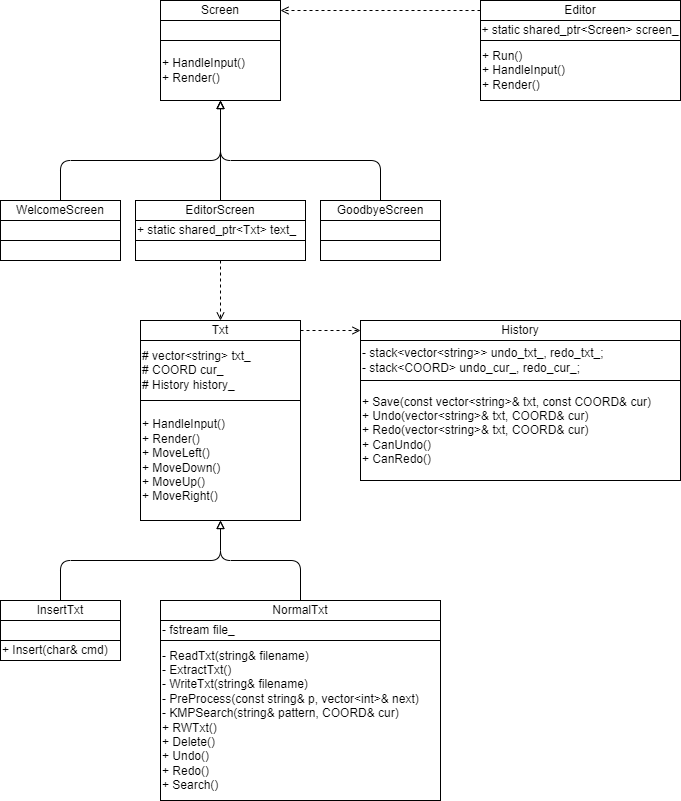
Earlier version of the draw.io export assets/UML.png (lyj-fdu/FDVIM). Source tidied: cells renumbered, new cells last; positions are measured from the earlier drawing's top-left corner, leaving out a move shared by most shapes.
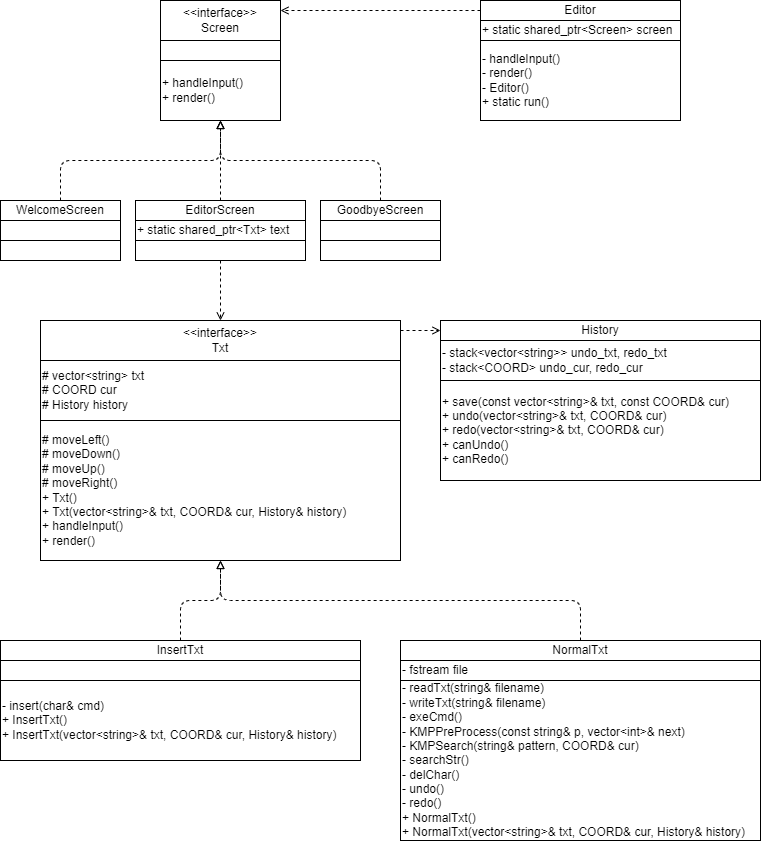
The same file after the commit.

Change to the diagram source:
```diff
@@ -2,13 +2,13 @@
   <root>
     <mxCell id="0" />
     <mxCell id="1" parent="0" />
-    <mxCell id="2" value="Screen" style="rounded=0;whiteSpace=wrap;html=1;" parent="1" vertex="1">
-      <mxGeometry x="160" width="120" height="20" as="geometry" />
+    <mxCell id="2" value="&amp;lt;&amp;lt;interface&amp;gt;&amp;gt;&lt;br&gt;Screen" style="rounded=0;whiteSpace=wrap;html=1;" parent="1" vertex="1">
+      <mxGeometry x="160" width="120" height="40" as="geometry" />
     </mxCell>
-    <mxCell id="3" value="&lt;div style=&quot;&quot;&gt;&lt;span style=&quot;background-color: initial;&quot;&gt;+ HandleInput()&lt;/span&gt;&lt;/div&gt;&lt;div style=&quot;&quot;&gt;&lt;span style=&quot;background-color: initial;&quot;&gt;+ Render()&lt;/span&gt;&lt;/div&gt;" style="rounded=0;whiteSpace=wrap;html=1;align=left;" parent="1" vertex="1">
-      <mxGeometry x="160" y="40" width="120" height="60" as="geometry" />
+    <mxCell id="3" value="&lt;div style=&quot;&quot;&gt;&lt;span style=&quot;background-color: initial;&quot;&gt;+ handleInput()&lt;/span&gt;&lt;/div&gt;&lt;div style=&quot;&quot;&gt;&lt;span style=&quot;background-color: initial;&quot;&gt;+ render()&lt;/span&gt;&lt;/div&gt;" style="rounded=0;whiteSpace=wrap;html=1;align=left;" parent="1" vertex="1">
+      <mxGeometry x="160" y="60" width="120" height="60" as="geometry" />
     </mxCell>
-    <mxCell id="4" style="edgeStyle=none;html=1;exitX=0.5;exitY=0;exitDx=0;exitDy=0;entryX=0.5;entryY=1;entryDx=0;entryDy=0;endArrow=block;endFill=0;" parent="1" edge="1" source="5" target="3">
+    <mxCell id="4" style="edgeStyle=none;html=1;exitX=0.5;exitY=0;exitDx=0;exitDy=0;entryX=0.5;entryY=1;entryDx=0;entryDy=0;endArrow=block;endFill=0;dashed=1;" parent="1" edge="1" source="5" target="3">
       <mxGeometry relative="1" as="geometry">
         <Array as="points">
           <mxPoint x="60" y="160" />
@@ -19,13 +19,13 @@
     <mxCell id="5" value="WelcomeScreen" style="rounded=0;whiteSpace=wrap;html=1;" parent="1" vertex="1">
       <mxGeometry y="200" width="120" height="20" as="geometry" />
     </mxCell>
-    <mxCell id="6" style="edgeStyle=none;html=1;exitX=0.5;exitY=0;exitDx=0;exitDy=0;endArrow=block;endFill=0;entryX=0.5;entryY=1;entryDx=0;entryDy=0;" parent="1" edge="1" source="7" target="3">
+    <mxCell id="6" style="edgeStyle=none;html=1;exitX=0.5;exitY=0;exitDx=0;exitDy=0;endArrow=block;endFill=0;entryX=0.5;entryY=1;entryDx=0;entryDy=0;dashed=1;" parent="1" edge="1" source="7" target="3">
       <mxGeometry relative="1" as="geometry" />
     </mxCell>
     <mxCell id="7" value="EditorScreen" style="rounded=0;whiteSpace=wrap;html=1;" parent="1" vertex="1">
       <mxGeometry x="135" y="200" width="170" height="20" as="geometry" />
     </mxCell>
-    <mxCell id="8" style="edgeStyle=none;html=1;exitX=0.5;exitY=0;exitDx=0;exitDy=0;entryX=0.5;entryY=1;entryDx=0;entryDy=0;endArrow=block;endFill=0;" parent="1" edge="1" source="9" target="3">
+    <mxCell id="8" style="edgeStyle=none;html=1;exitX=0.5;exitY=0;exitDx=0;exitDy=0;entryX=0.5;entryY=1;entryDx=0;entryDy=0;endArrow=block;endFill=0;dashed=1;" parent="1" edge="1" source="9" target="3">
       <mxGeometry relative="1" as="geometry">
         <Array as="points">
           <mxPoint x="380" y="160" />
@@ -39,23 +39,23 @@
     <mxCell id="10" value="Editor" style="rounded=0;whiteSpace=wrap;html=1;" parent="1" vertex="1">
       <mxGeometry x="480" width="200" height="20" as="geometry" />
     </mxCell>
-    <mxCell id="11" style="edgeStyle=none;html=1;exitX=0;exitY=0.5;exitDx=0;exitDy=0;entryX=1;entryY=0.5;entryDx=0;entryDy=0;endArrow=open;endFill=0;dashed=1;" parent="1" edge="1" source="10" target="2">
+    <mxCell id="11" style="edgeStyle=none;html=1;exitX=0;exitY=0.5;exitDx=0;exitDy=0;entryX=1;entryY=0.25;entryDx=0;entryDy=0;endArrow=open;endFill=0;dashed=1;" parent="1" edge="1" source="10" target="2">
       <mxGeometry relative="1" as="geometry" />
     </mxCell>
-    <mxCell id="12" value="&lt;div style=&quot;&quot;&gt;&lt;span style=&quot;background-color: initial;&quot;&gt;+ Run()&lt;/span&gt;&lt;/div&gt;&lt;div style=&quot;&quot;&gt;&lt;span style=&quot;background-color: initial;&quot;&gt;+ HandleInput()&lt;/span&gt;&lt;/div&gt;&lt;div style=&quot;&quot;&gt;&lt;span style=&quot;background-color: initial;&quot;&gt;+ Render()&lt;/span&gt;&lt;/div&gt;" style="rounded=0;whiteSpace=wrap;html=1;align=left;" parent="1" vertex="1">
-      <mxGeometry x="480" y="40" width="200" height="60" as="geometry" />
+    <mxCell id="12" value="&lt;div&gt;&lt;span style=&quot;background-color: initial;&quot;&gt;- handleInput()&lt;/span&gt;&lt;br&gt;&lt;/div&gt;&lt;div style=&quot;&quot;&gt;&lt;span style=&quot;background-color: initial;&quot;&gt;- render()&lt;/span&gt;&lt;/div&gt;&lt;div style=&quot;&quot;&gt;- Editor()&lt;span style=&quot;background-color: initial;&quot;&gt;&lt;br&gt;&lt;/span&gt;&lt;/div&gt;&lt;div style=&quot;&quot;&gt;&lt;span style=&quot;background-color: initial;&quot;&gt;+ static run()&lt;/span&gt;&lt;/div&gt;" style="rounded=0;whiteSpace=wrap;html=1;align=left;" parent="1" vertex="1">
+      <mxGeometry x="480" y="40" width="200" height="80" as="geometry" />
     </mxCell>
-    <mxCell id="13" value="+ static shared_ptr&amp;lt;Screen&amp;gt; screen_" style="rounded=0;whiteSpace=wrap;html=1;" parent="1" vertex="1">
+    <mxCell id="13" value="+ static shared_ptr&amp;lt;Screen&amp;gt; screen" style="rounded=0;whiteSpace=wrap;html=1;align=left;" parent="1" vertex="1">
       <mxGeometry x="480" y="20" width="200" height="20" as="geometry" />
     </mxCell>
     <mxCell id="14" style="rounded=0;whiteSpace=wrap;html=1;" parent="1" vertex="1">
       <mxGeometry y="220" width="120" height="20" as="geometry" />
     </mxCell>
-    <mxCell id="15" value="+ static shared_ptr&amp;lt;Txt&amp;gt; text_" style="rounded=0;whiteSpace=wrap;html=1;align=left;" parent="1" vertex="1">
+    <mxCell id="15" value="+ static shared_ptr&amp;lt;Txt&amp;gt; text" style="rounded=0;whiteSpace=wrap;html=1;align=left;" parent="1" vertex="1">
       <mxGeometry x="135" y="220" width="170" height="20" as="geometry" />
     </mxCell>
     <mxCell id="16" style="rounded=0;whiteSpace=wrap;html=1;" parent="1" vertex="1">
-      <mxGeometry x="160" y="20" width="120" height="20" as="geometry" />
+      <mxGeometry x="160" y="40" width="120" height="20" as="geometry" />
     </mxCell>
     <mxCell id="17" style="rounded=0;whiteSpace=wrap;html=1;" parent="1" vertex="1">
       <mxGeometry y="240" width="120" height="20" as="geometry" />
@@ -69,63 +69,63 @@
     <mxCell id="20" style="edgeStyle=none;html=1;exitX=0.5;exitY=1;exitDx=0;exitDy=0;entryX=0.5;entryY=0;entryDx=0;entryDy=0;dashed=1;endArrow=open;endFill=0;" parent="1" edge="1" source="21" target="26">
       <mxGeometry relative="1" as="geometry" />
     </mxCell>
-    <mxCell id="21" style="rounded=0;whiteSpace=wrap;html=1;" parent="1" vertex="1">
+    <mxCell id="21" style="rounded=0;whiteSpace=wrap;html=1;align=left;" parent="1" vertex="1">
       <mxGeometry x="135" y="240" width="170" height="20" as="geometry" />
     </mxCell>
     <mxCell id="22" value="History" style="rounded=0;whiteSpace=wrap;html=1;" parent="1" vertex="1">
-      <mxGeometry x="360" y="320" width="320" height="20" as="geometry" />
+      <mxGeometry x="440" y="320" width="320" height="20" as="geometry" />
     </mxCell>
-    <mxCell id="23" value="&lt;div style=&quot;&quot;&gt;&lt;div&gt;+ Save(const vector&amp;lt;string&amp;gt;&amp;amp; txt, const COORD&amp;amp; cur)&lt;/div&gt;&lt;div&gt;+ Undo(vector&amp;lt;string&amp;gt;&amp;amp; txt, COORD&amp;amp; cur)&lt;/div&gt;&lt;div&gt;+ Redo(vector&amp;lt;string&amp;gt;&amp;amp; txt, COORD&amp;amp; cur)&lt;/div&gt;&lt;div&gt;+ CanUndo()&lt;/div&gt;&lt;div&gt;+ CanRedo()&lt;/div&gt;&lt;/div&gt;" style="rounded=0;whiteSpace=wrap;html=1;align=left;" parent="1" vertex="1">
-      <mxGeometry x="360" y="380" width="320" height="100" as="geometry" />
+    <mxCell id="23" value="&lt;div style=&quot;&quot;&gt;&lt;div&gt;+ save(const vector&amp;lt;string&amp;gt;&amp;amp; txt, const COORD&amp;amp; cur)&lt;/div&gt;&lt;div&gt;+ undo(vector&amp;lt;string&amp;gt;&amp;amp; txt, COORD&amp;amp; cur)&lt;/div&gt;&lt;div&gt;+ redo(vector&amp;lt;string&amp;gt;&amp;amp; txt, COORD&amp;amp; cur)&lt;/div&gt;&lt;div&gt;+ canUndo()&lt;/div&gt;&lt;div&gt;+ canRedo()&lt;/div&gt;&lt;/div&gt;" style="rounded=0;whiteSpace=wrap;html=1;align=left;" parent="1" vertex="1">
+      <mxGeometry x="440" y="380" width="320" height="100" as="geometry" />
     </mxCell>
-    <mxCell id="24" value="&lt;div&gt;- stack&amp;lt;vector&amp;lt;string&amp;gt;&amp;gt; undo_txt_, redo_txt_;&amp;nbsp;&lt;/div&gt;&lt;div&gt;- stack&amp;lt;COORD&amp;gt; undo_cur_, redo_cur_;&lt;/div&gt;" style="rounded=0;whiteSpace=wrap;html=1;align=left;" parent="1" vertex="1">
-      <mxGeometry x="360" y="340" width="320" height="40" as="geometry" />
+    <mxCell id="24" value="&lt;div&gt;- stack&amp;lt;vector&amp;lt;string&amp;gt;&amp;gt; undo_txt, redo_txt&amp;nbsp;&lt;/div&gt;&lt;div&gt;- stack&amp;lt;COORD&amp;gt; undo_cur, redo_cur&lt;/div&gt;" style="rounded=0;whiteSpace=wrap;html=1;align=left;" parent="1" vertex="1">
+      <mxGeometry x="440" y="340" width="320" height="40" as="geometry" />
     </mxCell>
-    <mxCell id="25" style="edgeStyle=none;html=1;exitX=1;exitY=0.5;exitDx=0;exitDy=0;entryX=0;entryY=0.5;entryDx=0;entryDy=0;dashed=1;endArrow=open;endFill=0;" parent="1" edge="1" source="26" target="22">
+    <mxCell id="25" style="edgeStyle=none;html=1;exitX=1;exitY=0.25;exitDx=0;exitDy=0;entryX=0;entryY=0.5;entryDx=0;entryDy=0;dashed=1;endArrow=open;endFill=0;" parent="1" edge="1" source="26" target="22">
       <mxGeometry relative="1" as="geometry" />
     </mxCell>
-    <mxCell id="26" value="Txt" style="rounded=0;whiteSpace=wrap;html=1;" parent="1" vertex="1">
-      <mxGeometry x="140" y="320" width="160" height="20" as="geometry" />
+    <mxCell id="26" value="&amp;lt;&amp;lt;interface&amp;gt;&amp;gt;&lt;br&gt;Txt" style="rounded=0;whiteSpace=wrap;html=1;" parent="1" vertex="1">
+      <mxGeometry x="40" y="320" width="360" height="40" as="geometry" />
     </mxCell>
-    <mxCell id="27" value="&lt;div style=&quot;&quot;&gt;&lt;div&gt;+ HandleInput()&lt;/div&gt;&lt;div&gt;+ Render()&lt;/div&gt;&lt;div&gt;+ MoveLeft()&lt;/div&gt;&lt;div&gt;+ MoveDown()&lt;/div&gt;&lt;div&gt;+ MoveUp()&lt;/div&gt;&lt;div&gt;+ MoveRight()&lt;/div&gt;&lt;/div&gt;" style="rounded=0;whiteSpace=wrap;html=1;align=left;" parent="1" vertex="1">
-      <mxGeometry x="140" y="400" width="160" height="120" as="geometry" />
+    <mxCell id="27" value="&lt;div style=&quot;&quot;&gt;&lt;div&gt;&lt;div&gt;# moveLeft()&lt;/div&gt;&lt;div&gt;# moveDown()&lt;/div&gt;&lt;div&gt;# moveUp()&lt;/div&gt;&lt;div&gt;# moveRight()&lt;/div&gt;&lt;/div&gt;&lt;div&gt;+ Txt()&lt;/div&gt;&lt;div&gt;&lt;div&gt;+ Txt(vector&amp;lt;string&amp;gt;&amp;amp; txt, COORD&amp;amp; cur, History&amp;amp; history)&lt;/div&gt;&lt;/div&gt;&lt;div&gt;+ handleInput()&lt;/div&gt;&lt;div&gt;+ render()&lt;/div&gt;&lt;/div&gt;" style="rounded=0;whiteSpace=wrap;html=1;align=left;" parent="1" vertex="1">
+      <mxGeometry x="40" y="420" width="360" height="140" as="geometry" />
     </mxCell>
-    <mxCell id="28" value="&lt;div&gt;# vector&amp;lt;string&amp;gt; txt_&lt;/div&gt;&lt;div&gt;# COORD cur_&lt;/div&gt;&lt;div&gt;# History history_&lt;/div&gt;" style="rounded=0;whiteSpace=wrap;html=1;align=left;" parent="1" vertex="1">
-      <mxGeometry x="140" y="340" width="160" height="60" as="geometry" />
+    <mxCell id="28" value="&lt;div&gt;# vector&amp;lt;string&amp;gt; txt&lt;/div&gt;&lt;div&gt;# COORD cur&lt;/div&gt;&lt;div&gt;# History history&lt;/div&gt;" style="rounded=0;whiteSpace=wrap;html=1;align=left;" parent="1" vertex="1">
+      <mxGeometry x="40" y="360" width="360" height="60" as="geometry" />
     </mxCell>
-    <mxCell id="29" style="edgeStyle=none;html=1;exitX=0.5;exitY=0;exitDx=0;exitDy=0;entryX=0.5;entryY=1;entryDx=0;entryDy=0;endArrow=block;endFill=0;" parent="1" edge="1" source="30" target="27">
+    <mxCell id="29" style="edgeStyle=none;html=1;exitX=0.5;exitY=0;exitDx=0;exitDy=0;entryX=0.5;entryY=1;entryDx=0;entryDy=0;endArrow=block;endFill=0;dashed=1;" parent="1" edge="1" source="30" target="27">
       <mxGeometry relative="1" as="geometry">
         <Array as="points">
-          <mxPoint x="60" y="560" />
-          <mxPoint x="220" y="560" />
+          <mxPoint x="180" y="600" />
+          <mxPoint x="220" y="600" />
         </Array>
       </mxGeometry>
     </mxCell>
     <mxCell id="30" value="InsertTxt" style="rounded=0;whiteSpace=wrap;html=1;" parent="1" vertex="1">
-      <mxGeometry y="600" width="120" height="20" as="geometry" />
+      <mxGeometry y="640" width="360" height="20" as="geometry" />
     </mxCell>
     <mxCell id="31" style="rounded=0;whiteSpace=wrap;html=1;" parent="1" vertex="1">
-      <mxGeometry y="620" width="120" height="20" as="geometry" />
+      <mxGeometry y="660" width="360" height="20" as="geometry" />
     </mxCell>
-    <mxCell id="32" value="+ Insert(char&amp;amp; cmd)" style="rounded=0;whiteSpace=wrap;html=1;align=left;" parent="1" vertex="1">
-      <mxGeometry y="640" width="120" height="20" as="geometry" />
+    <mxCell id="32" value="- insert(char&amp;amp; cmd)&lt;br&gt;+ InsertTxt()&lt;br&gt;+ InsertTxt(vector&amp;lt;string&amp;gt;&amp;amp; txt, COORD&amp;amp; cur, History&amp;amp; history)" style="rounded=0;whiteSpace=wrap;html=1;align=left;" parent="1" vertex="1">
+      <mxGeometry y="680" width="360" height="80" as="geometry" />
     </mxCell>
-    <mxCell id="33" style="edgeStyle=none;html=1;exitX=0.5;exitY=0;exitDx=0;exitDy=0;entryX=0.5;entryY=1;entryDx=0;entryDy=0;endArrow=block;endFill=0;" parent="1" edge="1" source="34" target="27">
+    <mxCell id="33" style="edgeStyle=none;html=1;exitX=0.5;exitY=0;exitDx=0;exitDy=0;entryX=0.5;entryY=1;entryDx=0;entryDy=0;endArrow=block;endFill=0;dashed=1;" parent="1" edge="1" source="34" target="27">
       <mxGeometry relative="1" as="geometry">
         <Array as="points">
-          <mxPoint x="300" y="560" />
-          <mxPoint x="220" y="560" />
+          <mxPoint x="580" y="600" />
+          <mxPoint x="220" y="600" />
         </Array>
       </mxGeometry>
     </mxCell>
     <mxCell id="34" value="NormalTxt" style="rounded=0;whiteSpace=wrap;html=1;" parent="1" vertex="1">
-      <mxGeometry x="160" y="600" width="280" height="20" as="geometry" />
+      <mxGeometry x="400" y="640" width="360" height="20" as="geometry" />
     </mxCell>
-    <mxCell id="35" value="- fstream file_" style="rounded=0;whiteSpace=wrap;html=1;align=left;" parent="1" vertex="1">
-      <mxGeometry x="160" y="620" width="280" height="20" as="geometry" />
+    <mxCell id="35" value="- fstream file" style="rounded=0;whiteSpace=wrap;html=1;align=left;" parent="1" vertex="1">
+      <mxGeometry x="400" y="660" width="360" height="20" as="geometry" />
     </mxCell>
-    <mxCell id="36" value="&lt;div&gt;- ReadTxt(string&amp;amp; filename)&lt;/div&gt;&lt;div&gt;- ExtractTxt()&lt;/div&gt;&lt;div&gt;- WriteTxt(string&amp;amp; filename)&lt;/div&gt;&lt;div&gt;- PreProcess(const string&amp;amp; p, vector&amp;lt;int&amp;gt;&amp;amp; next)&lt;/div&gt;&lt;div&gt;- KMPSearch(string&amp;amp; pattern, COORD&amp;amp; cur)&lt;/div&gt;&lt;div&gt;&lt;div&gt;+ RWTxt()&lt;/div&gt;&lt;div&gt;+ Delete()&lt;/div&gt;&lt;div&gt;+ Undo()&lt;/div&gt;&lt;div&gt;+ Redo()&lt;/div&gt;&lt;div&gt;+ Search()&lt;/div&gt;&lt;/div&gt;" style="rounded=0;whiteSpace=wrap;html=1;align=left;" parent="1" vertex="1">
-      <mxGeometry x="160" y="640" width="280" height="160" as="geometry" />
+    <mxCell id="36" value="&lt;div&gt;- readTxt(string&amp;amp; filename)&lt;/div&gt;&lt;div&gt;&lt;span style=&quot;background-color: initial;&quot;&gt;- writeTxt(string&amp;amp; filename)&lt;/span&gt;&lt;br&gt;&lt;/div&gt;&lt;div&gt;&lt;div&gt;- exeCmd()&lt;/div&gt;&lt;/div&gt;&lt;div&gt;- KMPPreProcess(const string&amp;amp; p, vector&amp;lt;int&amp;gt;&amp;amp; next)&lt;/div&gt;&lt;div&gt;- KMPSearch(string&amp;amp; pattern, COORD&amp;amp; cur)&lt;/div&gt;&lt;div&gt;&lt;div&gt;- searchStr()&lt;br&gt;&lt;/div&gt;&lt;div&gt;&lt;span style=&quot;background-color: initial;&quot;&gt;- delChar()&lt;/span&gt;&lt;br&gt;&lt;/div&gt;&lt;div&gt;- undo()&lt;/div&gt;&lt;div&gt;- redo()&lt;/div&gt;&lt;/div&gt;&lt;div&gt;+ NormalTxt()&lt;/div&gt;&lt;div&gt;+ NormalTxt(vector&amp;lt;string&amp;gt;&amp;amp; txt, COORD&amp;amp; cur, History&amp;amp; history)&lt;br&gt;&lt;/div&gt;" style="rounded=0;whiteSpace=wrap;html=1;align=left;" parent="1" vertex="1">
+      <mxGeometry x="400" y="680" width="360" height="160" as="geometry" />
     </mxCell>
   </root>
 </mxGraphModel>
```
